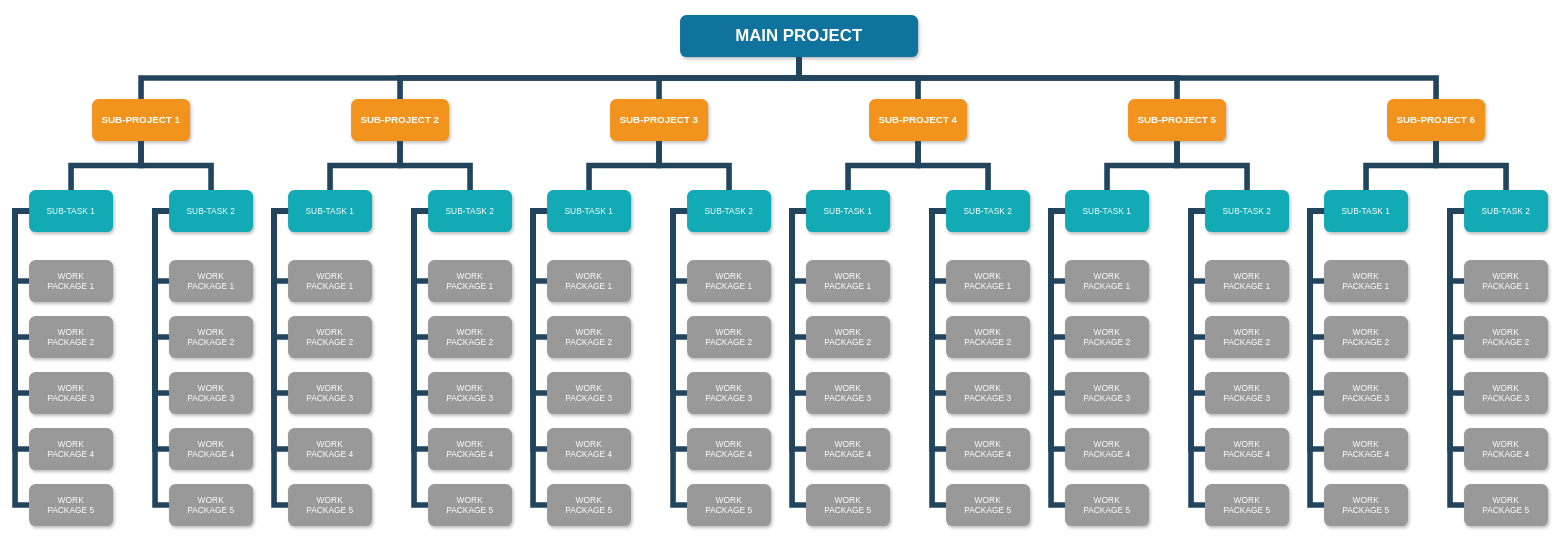
The draw.io diagram Untitled Diagram.drawio in GumBox/CloudAirlineG8, before the edit. Source tidied: cells renumbered, new cells numbered last; positions are measured from the earlier drawing's top-left corner, leaving out a move shared by most shapes. Both pictures are drawn from the tidied source at 70%, with x=0, y=0 at pixel (15, 15).
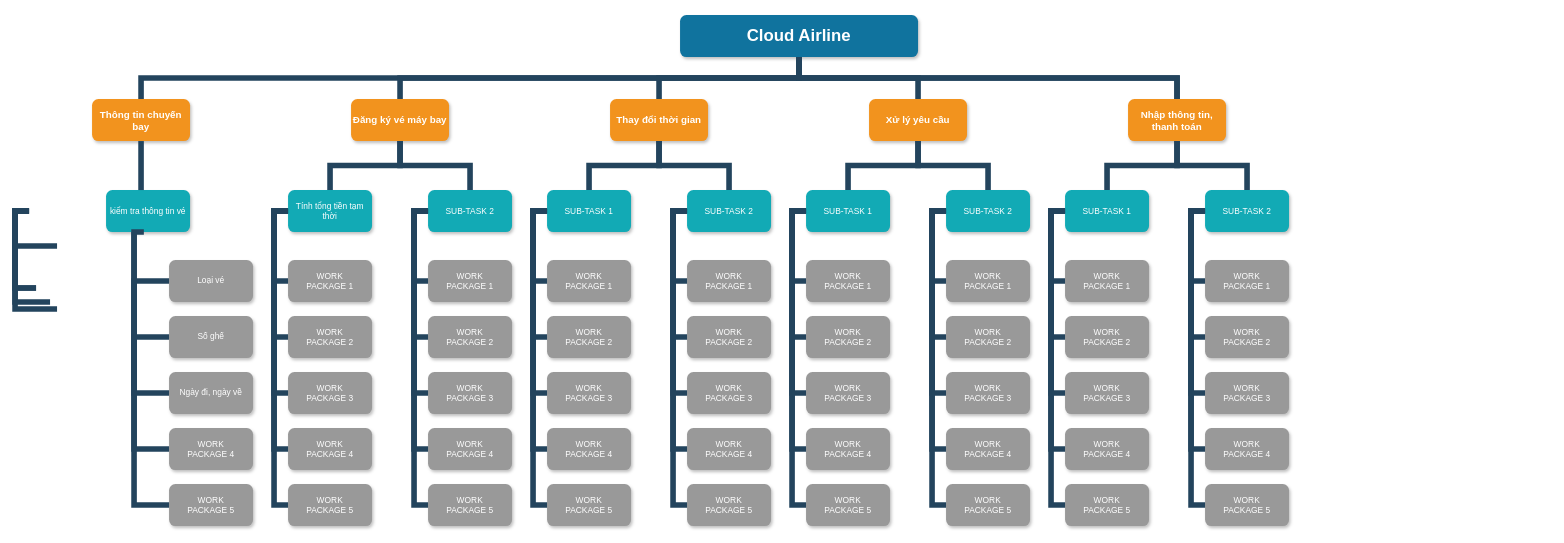
After the change.

The change refers to these unchanged cells:
```xml
<mxCell id="19" value="WORK&#10;PACKAGE 4" style="whiteSpace=wrap;rounded=1;fillColor=#999999;strokeColor=none;shadow=1;fontColor=#FFFFFF;fontStyle=0;" parent="1" vertex="1">
  <mxGeometry x="220" y="590" width="120" height="60" as="geometry" />
</mxCell>
<mxCell id="20" value="WORK&#10;PACKAGE 5" style="whiteSpace=wrap;rounded=1;fillColor=#999999;strokeColor=none;shadow=1;fontColor=#FFFFFF;fontStyle=0;" parent="1" vertex="1">
  <mxGeometry x="220" y="670" width="120" height="60" as="geometry" />
</mxCell>
```

What changed in the source:
```diff
@@
-    <mxCell id="2" value="MAIN PROJECT" style="whiteSpace=wrap;rounded=1;shadow=1;fillColor=#10739E;strokeColor=none;fontColor=#FFFFFF;fontStyle=1;fontSize=24;" parent="1" vertex="1">
+    <mxCell id="2" value="Cloud Airline" style="whiteSpace=wrap;rounded=1;shadow=1;fillColor=#10739E;strokeColor=none;fontColor=#FFFFFF;fontStyle=1;fontSize=24;" parent="1" vertex="1">
       <mxGeometry x="950" width="340" height="60" as="geometry" />
     </mxCell>
-    <mxCell id="3" value="SUB-PROJECT 1" style="whiteSpace=wrap;rounded=1;fillColor=#F2931E;strokeColor=none;shadow=1;fontColor=#FFFFFF;fontStyle=1;fontSize=14;" parent="1" vertex="1">
+    <mxCell id="3" value="Thông tin chuyến bay" style="whiteSpace=wrap;rounded=1;fillColor=#F2931E;strokeColor=none;shadow=1;fontColor=#FFFFFF;fontStyle=1;fontSize=14;" parent="1" vertex="1">
       <mxGeometry x="110" y="120" width="140" height="60" as="geometry" />
     </mxCell>
-    <mxCell id="4" value="SUB-PROJECT 2" style="whiteSpace=wrap;rounded=1;fillColor=#F2931E;strokeColor=none;shadow=1;fontColor=#FFFFFF;fontStyle=1;fontSize=14;" parent="1" vertex="1">
+    <mxCell id="4" value="Đăng ký vé máy bay" style="whiteSpace=wrap;rounded=1;fillColor=#F2931E;strokeColor=none;shadow=1;fontColor=#FFFFFF;fontStyle=1;fontSize=14;" parent="1" vertex="1">
       <mxGeometry x="480" y="120" width="140" height="60" as="geometry" />
     </mxCell>
-    <mxCell id="5" value="SUB-PROJECT 6" style="whiteSpace=wrap;rounded=1;fillColor=#F2931E;strokeColor=none;shadow=1;fontColor=#FFFFFF;fontStyle=1;fontSize=14;" parent="1" vertex="1">
-      <mxGeometry x="1960" y="120" width="140" height="60" as="geometry" />
-    </mxCell>
-    <mxCell id="6" value="SUB-PROJECT 3" style="whiteSpace=wrap;rounded=1;fillColor=#F2931E;strokeColor=none;shadow=1;fontColor=#FFFFFF;fontStyle=1;fontSize=14;" parent="1" vertex="1">
+    <mxCell id="6" value="Thay đổi thời gian" style="whiteSpace=wrap;rounded=1;fillColor=#F2931E;strokeColor=none;shadow=1;fontColor=#FFFFFF;fontStyle=1;fontSize=14;" parent="1" vertex="1">
       <mxGeometry x="850" y="120" width="140" height="60" as="geometry" />
     </mxCell>
-    <mxCell id="7" value="SUB-PROJECT 4" style="whiteSpace=wrap;rounded=1;fillColor=#F2931E;strokeColor=none;shadow=1;fontColor=#FFFFFF;fontStyle=1;fontSize=14;" parent="1" vertex="1">
+    <mxCell id="7" value="Xử lý yêu cầu" style="whiteSpace=wrap;rounded=1;fillColor=#F2931E;strokeColor=none;shadow=1;fontColor=#FFFFFF;fontStyle=1;fontSize=14;" parent="1" vertex="1">
       <mxGeometry x="1220" y="120" width="140" height="60" as="geometry" />
     </mxCell>
-    <mxCell id="8" value="SUB-PROJECT 5" style="whiteSpace=wrap;rounded=1;fillColor=#F2931E;strokeColor=none;shadow=1;fontColor=#FFFFFF;fontStyle=1;fontSize=14;" parent="1" vertex="1">
+    <mxCell id="8" value="Nhập thông tin, thanh toán" style="whiteSpace=wrap;rounded=1;fillColor=#F2931E;strokeColor=none;shadow=1;fontColor=#FFFFFF;fontStyle=1;fontSize=14;" parent="1" vertex="1">
       <mxGeometry x="1590" y="120" width="140" height="60" as="geometry" />
     </mxCell>
-    <mxCell id="9" value="SUB-TASK 1" style="whiteSpace=wrap;rounded=1;fillColor=#12AAB5;strokeColor=none;shadow=1;fontColor=#FFFFFF;" parent="1" vertex="1">
-      <mxGeometry x="20" y="250" width="120" height="60" as="geometry" />
-    </mxCell>
-    <mxCell id="10" value="SUB-TASK 2" style="whiteSpace=wrap;rounded=1;fillColor=#12AAB5;strokeColor=none;shadow=1;fontColor=#FFFFFF;" parent="1" vertex="1">
-      <mxGeometry x="220" y="250" width="120" height="60" as="geometry" />
+    <mxCell id="10" value="kiểm tra thông tin vé" style="whiteSpace=wrap;rounded=1;fillColor=#12AAB5;strokeColor=none;shadow=1;fontColor=#FFFFFF;" parent="1" vertex="1">
+      <mxGeometry x="130" y="250" width="120" height="60" as="geometry" />
     </mxCell>
-    <mxCell id="11" value="WORK&#10;PACKAGE 1" style="whiteSpace=wrap;rounded=1;fillColor=#999999;strokeColor=none;shadow=1;fontColor=#FFFFFF;fontStyle=0;" parent="1" vertex="1">
-      <mxGeometry x="20" y="350" width="120" height="60" as="geometry" />
-    </mxCell>
-    <mxCell id="12" value="WORK&#10;PACKAGE 2" style="whiteSpace=wrap;rounded=1;fillColor=#999999;strokeColor=none;shadow=1;fontColor=#FFFFFF;fontStyle=0;" parent="1" vertex="1">
-      <mxGeometry x="20" y="430" width="120" height="60" as="geometry" />
-    </mxCell>
-    <mxCell id="13" value="WORK&#10;PACKAGE 3" style="whiteSpace=wrap;rounded=1;fillColor=#999999;strokeColor=none;shadow=1;fontColor=#FFFFFF;fontStyle=0;" parent="1" vertex="1">
-      <mxGeometry x="20" y="510" width="120" height="60" as="geometry" />
-    </mxCell>
-    <mxCell id="14" value="WORK&#10;PACKAGE 4" style="whiteSpace=wrap;rounded=1;fillColor=#999999;strokeColor=none;shadow=1;fontColor=#FFFFFF;fontStyle=0;" parent="1" vertex="1">
-      <mxGeometry x="20" y="590" width="120" height="60" as="geometry" />
-    </mxCell>
-    <mxCell id="15" value="WORK&#10;PACKAGE 5" style="whiteSpace=wrap;rounded=1;fillColor=#999999;strokeColor=none;shadow=1;fontColor=#FFFFFF;fontStyle=0;" parent="1" vertex="1">
-      <mxGeometry x="20" y="670" width="120" height="60" as="geometry" />
-    </mxCell>
-    <mxCell id="16" value="WORK&#10;PACKAGE 1" style="whiteSpace=wrap;rounded=1;fillColor=#999999;strokeColor=none;shadow=1;fontColor=#FFFFFF;fontStyle=0;" parent="1" vertex="1">
+    <mxCell id="16" value="Loại vé" style="whiteSpace=wrap;rounded=1;fillColor=#999999;strokeColor=none;shadow=1;fontColor=#FFFFFF;fontStyle=0;" parent="1" vertex="1">
       <mxGeometry x="220" y="350" width="120" height="60" as="geometry" />
     </mxCell>
-    <mxCell id="17" value="WORK&#10;PACKAGE 2" style="whiteSpace=wrap;rounded=1;fillColor=#999999;strokeColor=none;shadow=1;fontColor=#FFFFFF;fontStyle=0;" parent="1" vertex="1">
+    <mxCell id="17" value="Số ghế" style="whiteSpace=wrap;rounded=1;fillColor=#999999;strokeColor=none;shadow=1;fontColor=#FFFFFF;fontStyle=0;" parent="1" vertex="1">
       <mxGeometry x="220" y="430" width="120" height="60" as="geometry" />
     </mxCell>
-    <mxCell id="18" value="WORK&#10;PACKAGE 3" style="whiteSpace=wrap;rounded=1;fillColor=#999999;strokeColor=none;shadow=1;fontColor=#FFFFFF;fontStyle=0;" parent="1" vertex="1">
+    <mxCell id="18" value="Ngày đi, ngày về" style="whiteSpace=wrap;rounded=1;fillColor=#999999;strokeColor=none;shadow=1;fontColor=#FFFFFF;fontStyle=0;" parent="1" vertex="1">
       <mxGeometry x="220" y="510" width="120" height="60" as="geometry" />
     </mxCell>
@@
-    <mxCell id="21" value="SUB-TASK 1" style="whiteSpace=wrap;rounded=1;fillColor=#12AAB5;strokeColor=none;shadow=1;fontColor=#FFFFFF;" parent="1" vertex="1">
+    <mxCell id="21" value="Tính tổng tiền tạm thời" style="whiteSpace=wrap;rounded=1;fillColor=#12AAB5;strokeColor=none;shadow=1;fontColor=#FFFFFF;" parent="1" vertex="1">
       <mxGeometry x="390" y="250" width="120" height="60" as="geometry" />
     </mxCell>
@@
-    <mxCell id="33" style="edgeStyle=elbowEdgeStyle;elbow=vertical;rounded=0;fontColor=#000000;endArrow=none;endFill=0;strokeWidth=8;strokeColor=#23445D;" parent="1" edge="1" source="3" target="9">
-      <mxGeometry relative="1" as="geometry" />
-    </mxCell>
-    <mxCell id="34" style="edgeStyle=elbowEdgeStyle;elbow=vertical;rounded=0;fontColor=#000000;endArrow=none;endFill=0;strokeWidth=8;strokeColor=#23445D;" parent="1" edge="1" source="3" target="10">
-      <mxGeometry relative="1" as="geometry" />
+    <mxCell id="34" style="edgeStyle=elbowEdgeStyle;elbow=vertical;rounded=0;fontColor=#000000;endArrow=none;endFill=0;strokeWidth=8;strokeColor=#23445D;" parent="1" edge="1" source="3">
+      <mxGeometry relative="1" as="geometry">
+        <mxPoint x="180" y="250" as="targetPoint" />
+      </mxGeometry>
     </mxCell>
-    <mxCell id="35" style="edgeStyle=elbowEdgeStyle;elbow=horizontal;rounded=0;fontColor=#000000;endArrow=none;endFill=0;strokeWidth=8;strokeColor=#23445D;" parent="1" edge="1" source="9" target="11">
+    <mxCell id="35" style="edgeStyle=elbowEdgeStyle;elbow=horizontal;rounded=0;fontColor=#000000;endArrow=none;endFill=0;strokeWidth=8;strokeColor=#23445D;" parent="1" edge="1">
       <mxGeometry relative="1" as="geometry">
+        <mxPoint x="20" y="280" as="sourcePoint" />
+        <mxPoint x="60" y="330" as="targetPoint" />
         <Array as="points">
           <mxPoint y="330" />
         </Array>
       </mxGeometry>
     </mxCell>
-    <mxCell id="36" style="edgeStyle=elbowEdgeStyle;elbow=horizontal;rounded=0;fontColor=#000000;endArrow=none;endFill=0;strokeWidth=8;strokeColor=#23445D;" parent="1" edge="1" source="9" target="12">
+    <mxCell id="36" style="edgeStyle=elbowEdgeStyle;elbow=horizontal;rounded=0;fontColor=#000000;endArrow=none;endFill=0;strokeWidth=8;strokeColor=#23445D;" parent="1" edge="1">
       <mxGeometry relative="1" as="geometry">
+        <mxPoint x="20" y="280" as="sourcePoint" />
+        <mxPoint x="30" y="390" as="targetPoint" />
         <Array as="points">
           <mxPoint y="350" />
         </Array>
       </mxGeometry>
     </mxCell>
-    <mxCell id="37" style="edgeStyle=elbowEdgeStyle;elbow=horizontal;rounded=0;fontColor=#000000;endArrow=none;endFill=0;strokeWidth=8;strokeColor=#23445D;" parent="1" edge="1" source="9" target="15">
+    <mxCell id="37" style="edgeStyle=elbowEdgeStyle;elbow=horizontal;rounded=0;fontColor=#000000;endArrow=none;endFill=0;strokeWidth=8;strokeColor=#23445D;" parent="1" edge="1">
       <mxGeometry relative="1" as="geometry">
+        <mxPoint x="20" y="280" as="sourcePoint" />
+        <mxPoint x="30" y="390" as="targetPoint" />
         <Array as="points">
           <mxPoint y="490" />
         </Array>
       </mxGeometry>
     </mxCell>
-    <mxCell id="38" style="edgeStyle=elbowEdgeStyle;elbow=horizontal;rounded=0;fontColor=#000000;endArrow=none;endFill=0;strokeWidth=8;strokeColor=#23445D;" parent="1" edge="1" source="9" target="14">
+    <mxCell id="38" style="edgeStyle=elbowEdgeStyle;elbow=horizontal;rounded=0;fontColor=#000000;endArrow=none;endFill=0;strokeWidth=8;strokeColor=#23445D;" parent="1" edge="1">
       <mxGeometry relative="1" as="geometry">
+        <mxPoint x="20" y="280" as="sourcePoint" />
+        <mxPoint x="50" y="410" as="targetPoint" />
         <Array as="points">
           <mxPoint y="360" />
         </Array>
       </mxGeometry>
     </mxCell>
-    <mxCell id="39" style="edgeStyle=elbowEdgeStyle;elbow=horizontal;rounded=0;fontColor=#000000;endArrow=none;endFill=0;strokeWidth=8;strokeColor=#23445D;" parent="1" edge="1" source="9" target="13">
+    <mxCell id="39" style="edgeStyle=elbowEdgeStyle;elbow=horizontal;rounded=0;fontColor=#000000;endArrow=none;endFill=0;strokeWidth=8;strokeColor=#23445D;" parent="1" edge="1">
       <mxGeometry relative="1" as="geometry">
+        <mxPoint x="20" y="280" as="sourcePoint" />
+        <mxPoint x="60" y="420" as="targetPoint" />
         <Array as="points">
           <mxPoint y="380" />
         </Array>
       </mxGeometry>
     </mxCell>
-    <mxCell id="40" style="edgeStyle=elbowEdgeStyle;elbow=horizontal;rounded=0;fontColor=#000000;endArrow=none;endFill=0;strokeWidth=8;strokeColor=#23445D;" parent="1" edge="1" target="16">
-      <mxGeometry relative="1" as="geometry">
-        <mxPoint x="210" y="280" as="sourcePoint" />
-        <Array as="points">
-          <mxPoint x="200" y="330" />
-        </Array>
-      </mxGeometry>
-    </mxCell>
-    <mxCell id="41" style="edgeStyle=elbowEdgeStyle;elbow=horizontal;rounded=0;fontColor=#000000;endArrow=none;endFill=0;strokeWidth=8;strokeColor=#23445D;" parent="1" edge="1" source="10" target="17">
-      <mxGeometry relative="1" as="geometry">
-        <Array as="points">
-          <mxPoint x="200" y="370" />
-        </Array>
-      </mxGeometry>
-    </mxCell>
-    <mxCell id="42" style="edgeStyle=elbowEdgeStyle;elbow=horizontal;rounded=0;fontColor=#000000;endArrow=none;endFill=0;strokeWidth=8;strokeColor=#23445D;" parent="1" edge="1" source="10" target="20">
-      <mxGeometry relative="1" as="geometry">
-        <Array as="points">
-          <mxPoint x="200" y="490" />
-        </Array>
-      </mxGeometry>
-    </mxCell>
-    <mxCell id="43" style="edgeStyle=elbowEdgeStyle;elbow=horizontal;rounded=0;fontColor=#000000;endArrow=none;endFill=0;strokeWidth=8;strokeColor=#23445D;" parent="1" edge="1" source="10" target="19">
+    <mxCell id="43" style="edgeStyle=elbowEdgeStyle;elbow=horizontal;rounded=0;fontColor=#000000;endArrow=none;endFill=0;strokeWidth=8;strokeColor=#23445D;exitX=0.45;exitY=1;exitDx=0;exitDy=0;exitPerimeter=0;" parent="1" edge="1" source="10" target="19">
       <mxGeometry relative="1" as="geometry">
         <Array as="points">
+          <mxPoint x="170" y="460" />
           <mxPoint x="200" y="450" />
         </Array>
       </mxGeometry>
     </mxCell>
-    <mxCell id="44" style="edgeStyle=elbowEdgeStyle;elbow=horizontal;rounded=0;fontColor=#000000;endArrow=none;endFill=0;strokeWidth=8;strokeColor=#23445D;" parent="1" edge="1" source="10" target="18">
+    <mxCell id="44" style="edgeStyle=elbowEdgeStyle;elbow=horizontal;rounded=0;fontColor=#000000;endArrow=none;endFill=0;strokeWidth=8;strokeColor=#23445D;exitX=0;exitY=0.5;exitDx=0;exitDy=0;" parent="1" edge="1" source="16" target="18">
       <mxGeometry relative="1" as="geometry">
         <Array as="points">
+          <mxPoint x="170" y="440" />
+          <mxPoint x="160" y="440" />
+          <mxPoint x="190" y="460" />
+          <mxPoint x="170" y="410" />
+          <mxPoint x="200" y="330" />
           <mxPoint x="200" y="410" />
         </Array>
       </mxGeometry>
     </mxCell>
@@
-    <mxCell id="123" value="SUB-TASK 1" style="whiteSpace=wrap;rounded=1;fillColor=#12AAB5;strokeColor=none;shadow=1;fontColor=#FFFFFF;" parent="1" vertex="1">
-      <mxGeometry x="1870" y="250" width="120" height="60" as="geometry" />
-    </mxCell>
-    <mxCell id="124" value="SUB-TASK 2" style="whiteSpace=wrap;rounded=1;fillColor=#12AAB5;strokeColor=none;shadow=1;fontColor=#FFFFFF;" parent="1" vertex="1">
-      <mxGeometry x="2070" y="250" width="120" height="60" as="geometry" />
-    </mxCell>
-    <mxCell id="125" value="WORK&#10;PACKAGE 1" style="whiteSpace=wrap;rounded=1;fillColor=#999999;strokeColor=none;shadow=1;fontColor=#FFFFFF;fontStyle=0;" parent="1" vertex="1">
-      <mxGeometry x="1870" y="350" width="120" height="60" as="geometry" />
-    </mxCell>
-    <mxCell id="126" value="WORK&#10;PACKAGE 2" style="whiteSpace=wrap;rounded=1;fillColor=#999999;strokeColor=none;shadow=1;fontColor=#FFFFFF;fontStyle=0;" parent="1" vertex="1">
-      <mxGeometry x="1870" y="430" width="120" height="60" as="geometry" />
-    </mxCell>
-    <mxCell id="127" value="WORK&#10;PACKAGE 3" style="whiteSpace=wrap;rounded=1;fillColor=#999999;strokeColor=none;shadow=1;fontColor=#FFFFFF;fontStyle=0;" parent="1" vertex="1">
-      <mxGeometry x="1870" y="510" width="120" height="60" as="geometry" />
-    </mxCell>
-    <mxCell id="128" value="WORK&#10;PACKAGE 4" style="whiteSpace=wrap;rounded=1;fillColor=#999999;strokeColor=none;shadow=1;fontColor=#FFFFFF;fontStyle=0;" parent="1" vertex="1">
-      <mxGeometry x="1870" y="590" width="120" height="60" as="geometry" />
-    </mxCell>
-    <mxCell id="129" value="WORK&#10;PACKAGE 5" style="whiteSpace=wrap;rounded=1;fillColor=#999999;strokeColor=none;shadow=1;fontColor=#FFFFFF;fontStyle=0;" parent="1" vertex="1">
-      <mxGeometry x="1870" y="670" width="120" height="60" as="geometry" />
-    </mxCell>
-    <mxCell id="130" value="WORK&#10;PACKAGE 1" style="whiteSpace=wrap;rounded=1;fillColor=#999999;strokeColor=none;shadow=1;fontColor=#FFFFFF;fontStyle=0;" parent="1" vertex="1">
-      <mxGeometry x="2070" y="350" width="120" height="60" as="geometry" />
-    </mxCell>
-    <mxCell id="131" value="WORK&#10;PACKAGE 2" style="whiteSpace=wrap;rounded=1;fillColor=#999999;strokeColor=none;shadow=1;fontColor=#FFFFFF;fontStyle=0;" parent="1" vertex="1">
-      <mxGeometry x="2070" y="430" width="120" height="60" as="geometry" />
-    </mxCell>
-    <mxCell id="132" value="WORK&#10;PACKAGE 3" style="whiteSpace=wrap;rounded=1;fillColor=#999999;strokeColor=none;shadow=1;fontColor=#FFFFFF;fontStyle=0;" parent="1" vertex="1">
-      <mxGeometry x="2070" y="510" width="120" height="60" as="geometry" />
-    </mxCell>
-    <mxCell id="133" value="WORK&#10;PACKAGE 4" style="whiteSpace=wrap;rounded=1;fillColor=#999999;strokeColor=none;shadow=1;fontColor=#FFFFFF;fontStyle=0;" parent="1" vertex="1">
-      <mxGeometry x="2070" y="590" width="120" height="60" as="geometry" />
-    </mxCell>
-    <mxCell id="134" value="WORK&#10;PACKAGE 5" style="whiteSpace=wrap;rounded=1;fillColor=#999999;strokeColor=none;shadow=1;fontColor=#FFFFFF;fontStyle=0;" parent="1" vertex="1">
-      <mxGeometry x="2070" y="670" width="120" height="60" as="geometry" />
-    </mxCell>
-    <mxCell id="135" style="edgeStyle=elbowEdgeStyle;elbow=horizontal;rounded=0;fontColor=#000000;endArrow=none;endFill=0;strokeWidth=8;strokeColor=#23445D;" parent="1" edge="1" source="123" target="125">
-      <mxGeometry relative="1" as="geometry">
-        <Array as="points">
-          <mxPoint x="1850" y="330" />
-        </Array>
-      </mxGeometry>
-    </mxCell>
-    <mxCell id="136" style="edgeStyle=elbowEdgeStyle;elbow=horizontal;rounded=0;fontColor=#000000;endArrow=none;endFill=0;strokeWidth=8;strokeColor=#23445D;" parent="1" edge="1" source="123" target="126">
-      <mxGeometry relative="1" as="geometry">
-        <Array as="points">
-          <mxPoint x="1850" y="370" />
-        </Array>
-      </mxGeometry>
-    </mxCell>
-    <mxCell id="137" style="edgeStyle=elbowEdgeStyle;elbow=horizontal;rounded=0;fontColor=#000000;endArrow=none;endFill=0;strokeWidth=8;strokeColor=#23445D;" parent="1" edge="1" source="123" target="129">
-      <mxGeometry relative="1" as="geometry">
-        <Array as="points">
-          <mxPoint x="1850" y="500" />
-        </Array>
-      </mxGeometry>
-    </mxCell>
-    <mxCell id="138" style="edgeStyle=elbowEdgeStyle;elbow=horizontal;rounded=0;fontColor=#000000;endArrow=none;endFill=0;strokeWidth=8;strokeColor=#23445D;" parent="1" edge="1" source="123" target="128">
-      <mxGeometry relative="1" as="geometry">
-        <Array as="points">
-          <mxPoint x="1850" y="450" />
-        </Array>
-      </mxGeometry>
-    </mxCell>
-    <mxCell id="139" style="edgeStyle=elbowEdgeStyle;elbow=horizontal;rounded=0;fontColor=#000000;endArrow=none;endFill=0;strokeWidth=8;strokeColor=#23445D;" parent="1" edge="1" source="123" target="127">
-      <mxGeometry relative="1" as="geometry">
-        <Array as="points">
-          <mxPoint x="1850" y="420" />
-        </Array>
-      </mxGeometry>
-    </mxCell>
-    <mxCell id="140" style="edgeStyle=elbowEdgeStyle;elbow=horizontal;rounded=0;fontColor=#000000;endArrow=none;endFill=0;strokeWidth=8;strokeColor=#23445D;" parent="1" edge="1" source="124" target="130">
-      <mxGeometry relative="1" as="geometry">
-        <Array as="points">
-          <mxPoint x="2050" y="330" />
-        </Array>
-      </mxGeometry>
-    </mxCell>
-    <mxCell id="141" style="edgeStyle=elbowEdgeStyle;elbow=horizontal;rounded=0;fontColor=#000000;endArrow=none;endFill=0;strokeWidth=8;strokeColor=#23445D;" parent="1" edge="1" source="124" target="131">
-      <mxGeometry relative="1" as="geometry">
-        <Array as="points">
-          <mxPoint x="2050" y="370" />
-        </Array>
-      </mxGeometry>
-    </mxCell>
-    <mxCell id="142" style="edgeStyle=elbowEdgeStyle;elbow=horizontal;rounded=0;fontColor=#000000;endArrow=none;endFill=0;strokeWidth=8;strokeColor=#23445D;" parent="1" edge="1" source="124" target="134">
-      <mxGeometry relative="1" as="geometry">
-        <Array as="points">
-          <mxPoint x="2050" y="490" />
-        </Array>
-      </mxGeometry>
-    </mxCell>
-    <mxCell id="143" style="edgeStyle=elbowEdgeStyle;elbow=horizontal;rounded=0;fontColor=#000000;endArrow=none;endFill=0;strokeWidth=8;strokeColor=#23445D;" parent="1" edge="1" source="124" target="133">
-      <mxGeometry relative="1" as="geometry">
-        <Array as="points">
-          <mxPoint x="2050" y="450" />
-        </Array>
-      </mxGeometry>
-    </mxCell>
-    <mxCell id="144" style="edgeStyle=elbowEdgeStyle;elbow=horizontal;rounded=0;fontColor=#000000;endArrow=none;endFill=0;strokeWidth=8;strokeColor=#23445D;" parent="1" edge="1" source="124" target="132">
-      <mxGeometry relative="1" as="geometry">
-        <Array as="points">
-          <mxPoint x="2050" y="420" />
-        </Array>
-      </mxGeometry>
-    </mxCell>
@@
-    <mxCell id="151" style="edgeStyle=elbowEdgeStyle;elbow=vertical;rounded=0;fontColor=#000000;endArrow=none;endFill=0;strokeWidth=8;strokeColor=#23445D;" parent="1" edge="1" source="5" target="123">
-      <mxGeometry relative="1" as="geometry" />
-    </mxCell>
-    <mxCell id="152" style="edgeStyle=elbowEdgeStyle;elbow=vertical;rounded=0;fontColor=#000000;endArrow=none;endFill=0;strokeWidth=8;strokeColor=#23445D;" parent="1" edge="1" source="5" target="124">
-      <mxGeometry relative="1" as="geometry" />
-    </mxCell>
@@
-    <mxCell id="158" style="edgeStyle=elbowEdgeStyle;elbow=vertical;rounded=0;fontColor=#000000;endArrow=none;endFill=0;strokeWidth=8;strokeColor=#23445D;" parent="1" edge="1" source="2" target="5">
+    <mxCell id="158" style="edgeStyle=elbowEdgeStyle;elbow=vertical;rounded=0;fontColor=#000000;endArrow=none;endFill=0;strokeWidth=8;strokeColor=#23445D;entryX=0.5;entryY=0;entryDx=0;entryDy=0;" parent="1" edge="1" source="2" target="8">
       <mxGeometry relative="1" as="geometry" />
     </mxCell>
+    <mxCell id="159" style="edgeStyle=elbowEdgeStyle;elbow=horizontal;rounded=0;fontColor=#000000;endArrow=none;endFill=0;strokeWidth=8;strokeColor=#23445D;exitX=0;exitY=0.5;exitDx=0;exitDy=0;" parent="1" edge="1" source="17">
+      <mxGeometry relative="1" as="geometry">
+        <mxPoint x="170" y="530" as="targetPoint" />
+        <Array as="points">
+          <mxPoint x="170" y="460" />
+          <mxPoint x="80" y="370" />
+          <mxPoint x="80" y="450" />
+        </Array>
+      </mxGeometry>
+    </mxCell>
+    <mxCell id="160" style="edgeStyle=elbowEdgeStyle;elbow=horizontal;rounded=0;fontColor=#000000;endArrow=none;endFill=0;strokeWidth=8;strokeColor=#23445D;entryX=0;entryY=0.5;entryDx=0;entryDy=0;" parent="1" edge="1" target="20">
+      <mxGeometry relative="1" as="geometry">
+        <mxPoint x="170" y="310" as="sourcePoint" />
+        <Array as="points">
+          <mxPoint x="170" y="550" />
+          <mxPoint x="200" y="540" />
+        </Array>
+      </mxGeometry>
+    </mxCell>
```
